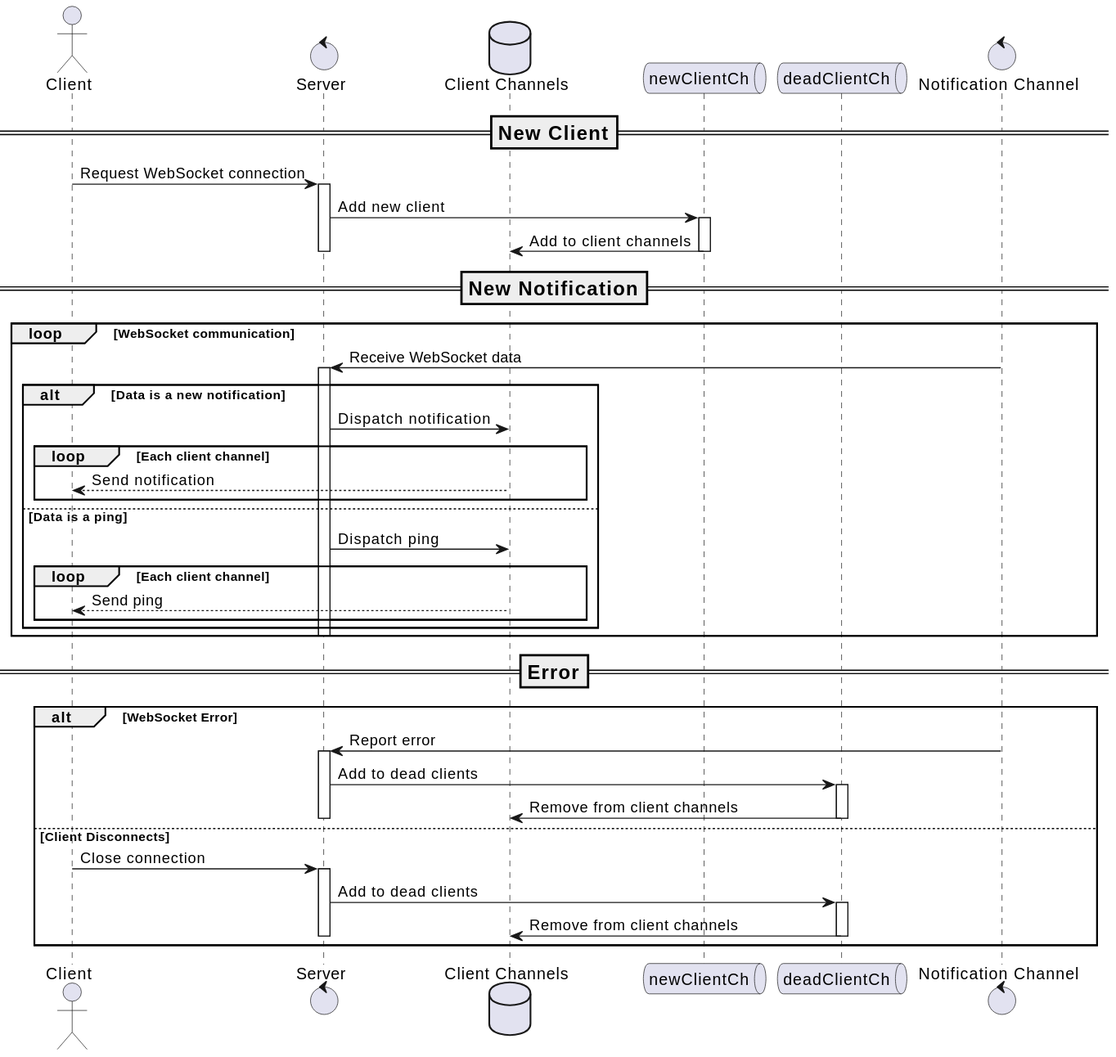
Above: docs/services/img/plantuml/p2p/p2p_websocket_sequence_diagram.svg in freemans13/teranode (PlantUML), before the change. Its source is kept beside it as docs/services/img/plantuml/p2p/p2p_websocket_sequence_diagram.puml. Source of this version:
```plantuml
@startuml

actor Client
control "Server" as Server
database "Client Channels" as Channels
queue "newClientCh" as NewClientCh
queue "deadClientCh" as DeadClientCh
control "Notification Channel" as NotificationChannel

=== New Client ==

Client -> Server: Request WebSocket connection
activate Server


Server -> NewClientCh: Add new client
activate NewClientCh
NewClientCh -> Channels: Add to client channels
deactivate NewClientCh
deactivate Server

=== New Notification ==
loop WebSocket communication
    NotificationChannel -> Server: Receive WebSocket data
    activate Server
    alt Data is a new notification
        Server -> Channels: Dispatch notification
        loop Each client channel
            Channels --> Client: Send notification
        end
    else Data is a ping
        Server -> Channels: Dispatch ping
        loop Each client channel
            Channels --> Client: Send ping
        end
    end
    deactivate Server
end

=== Error ==
alt WebSocket Error
    NotificationChannel -> Server: Report error
    activate Server
    Server -> DeadClientCh: Add to dead clients
    activate DeadClientCh
    DeadClientCh -> Channels: Remove from client channels
    deactivate DeadClientCh
    deactivate Server
else Client Disconnects
    Client -> Server: Close connection
    activate Server
    Server -> DeadClientCh: Add to dead clients
    activate DeadClientCh
    DeadClientCh -> Channels: Remove from client channels
    deactivate DeadClientCh
    deactivate Server
end

deactivate NotificationChannel

@enduml
```
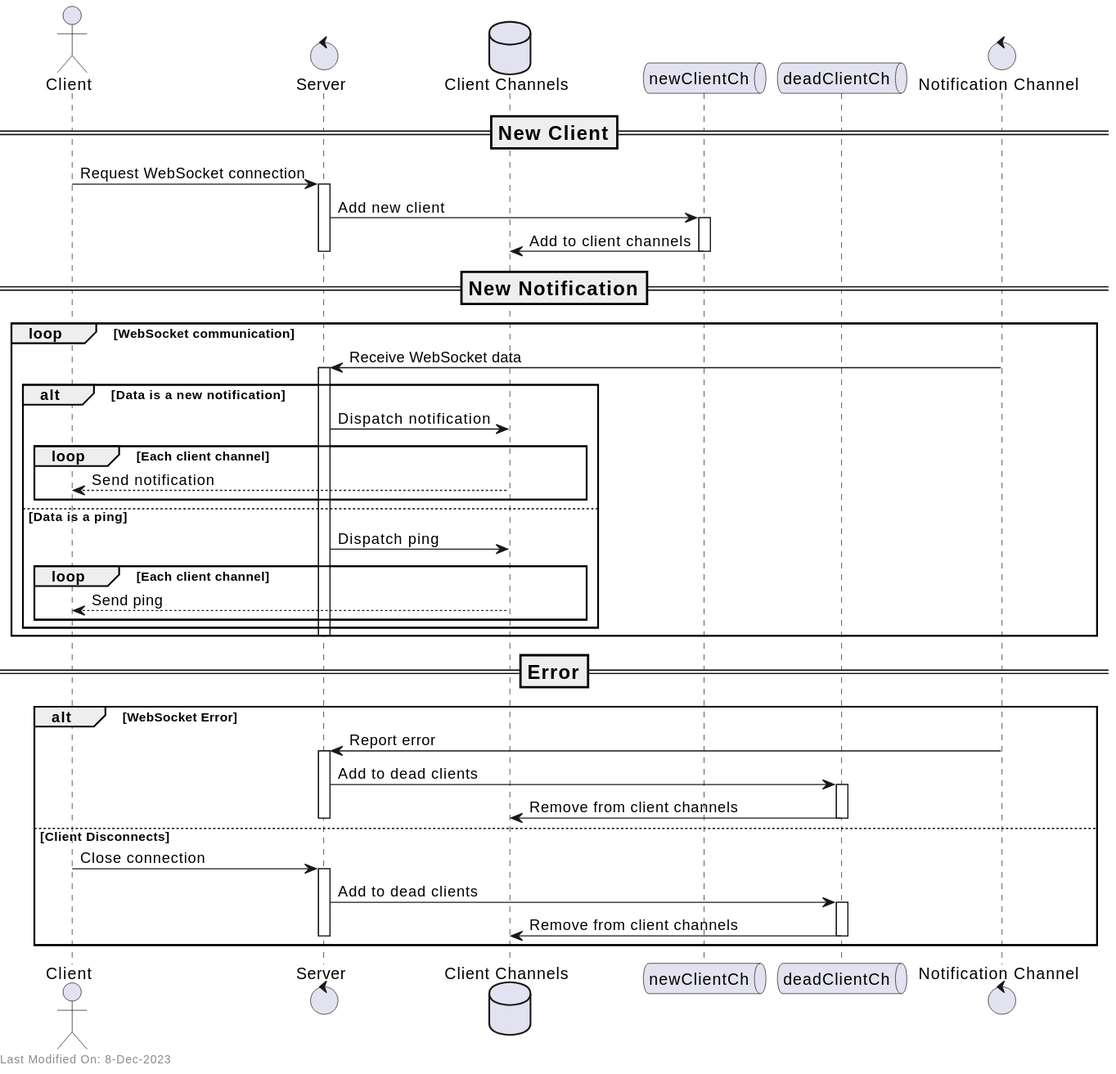
Above is the later version.

The edit, as a diff of the source:
```diff
@@ -58,4 +58,6 @@
 
 deactivate NotificationChannel
 
+left footer Last Modified On: 8-Dec-2023
+
 @enduml
```
